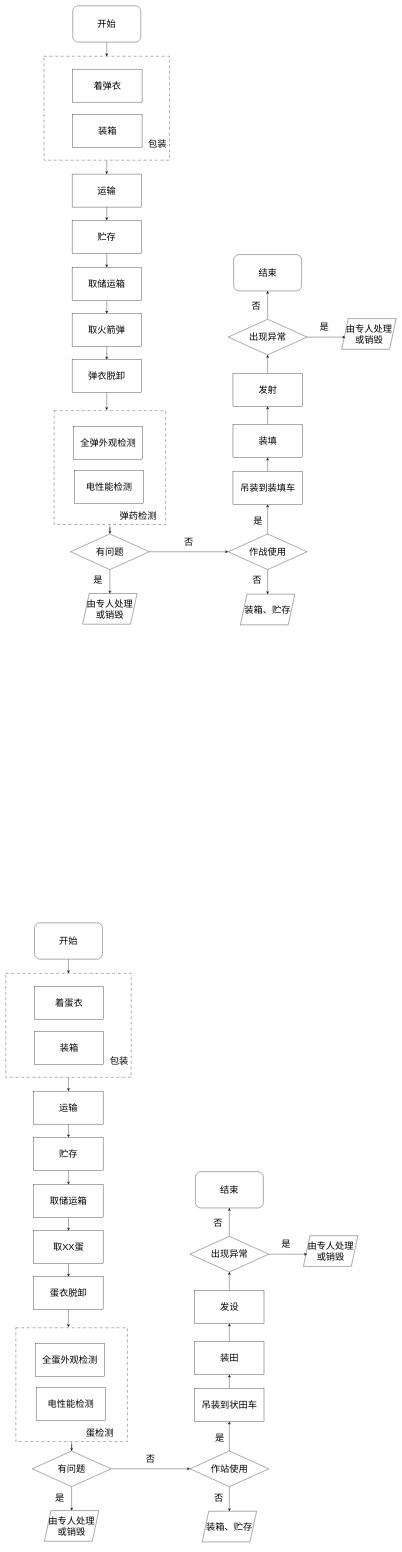
Above: bre18.drawio in wan-wer/test (draw.io), before the change. Source tidied: cells renumbered, new cells numbered last; positions are measured from the earlier drawing's top-left corner, leaving out a move shared by most shapes. Both pictures are drawn from the tidied source at 33%, with x=0, y=0 at pixel (6, 6).
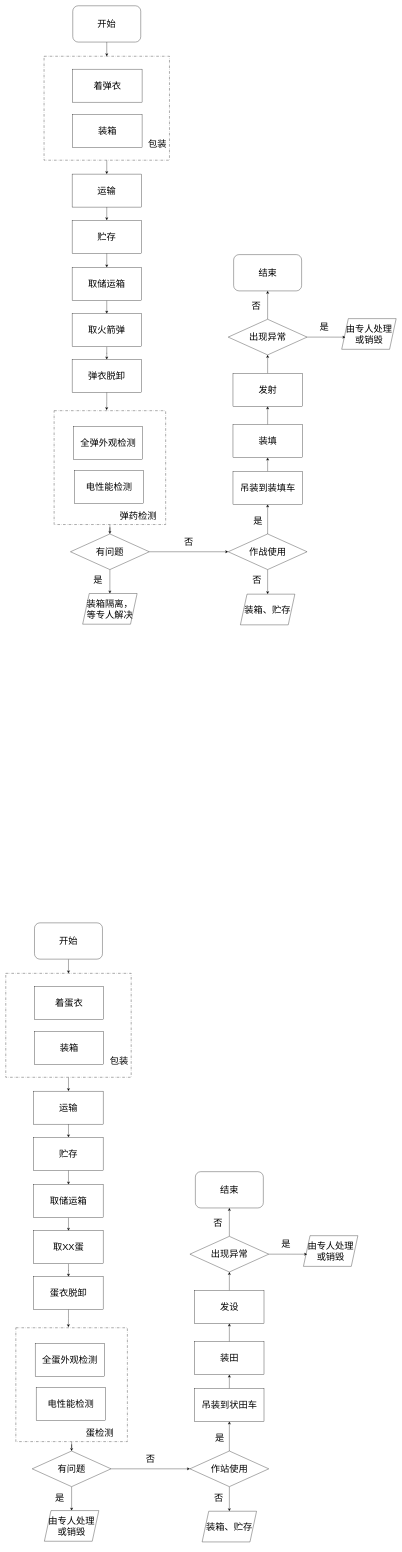
The same diagram, later.

The edit, as a diff of the source:
```diff
@@
-    <mxCell id="21" value="&lt;p class=&quot;MsoNormal&quot;&gt;&lt;font face=&quot;Helvetica&quot;&gt;由专人处理或销毁&lt;/font&gt;&lt;/p&gt;" style="shape=parallelogram;perimeter=parallelogramPerimeter;whiteSpace=wrap;html=1;fixedSize=1;fontSize=28;" parent="1" vertex="1">
+    <mxCell id="21" value="&lt;p class=&quot;MsoNormal&quot;&gt;&lt;font face=&quot;Helvetica&quot;&gt;装箱隔离，等专人解决&lt;/font&gt;&lt;/p&gt;" style="shape=parallelogram;perimeter=parallelogramPerimeter;whiteSpace=wrap;html=1;fixedSize=1;fontSize=28;" parent="1" vertex="1">
       <mxGeometry x="233" y="1781" width="165" height="93" as="geometry" />
     </mxCell>
```
